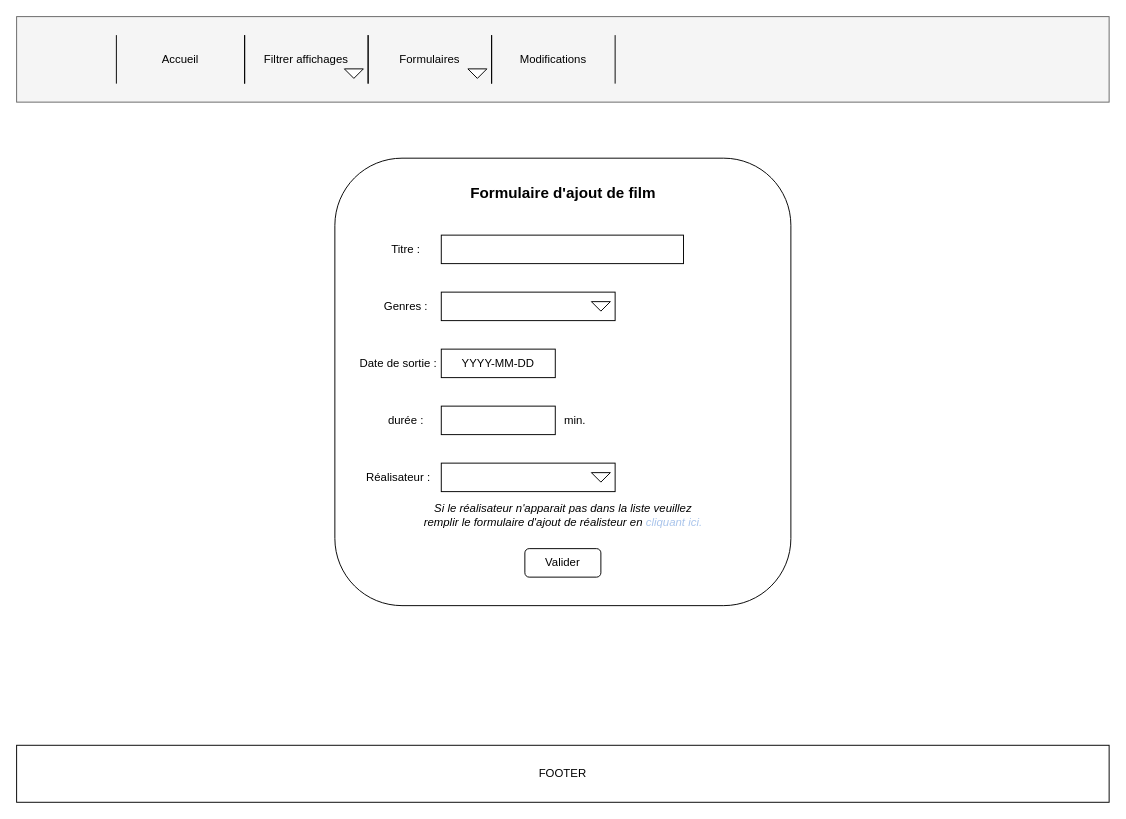
Earlier version of the draw.io diagram maquettes/maquette formulaire ajout film.drawio (JeanNoLimit/appli_cinema). Source tidied: cells renumbered, new cells numbered last; positions are measured from the earlier drawing's top-left corner, leaving out a move shared by most shapes. Both pictures are drawn from the tidied source at 95%, with x=0, y=0 at pixel (16, 16).
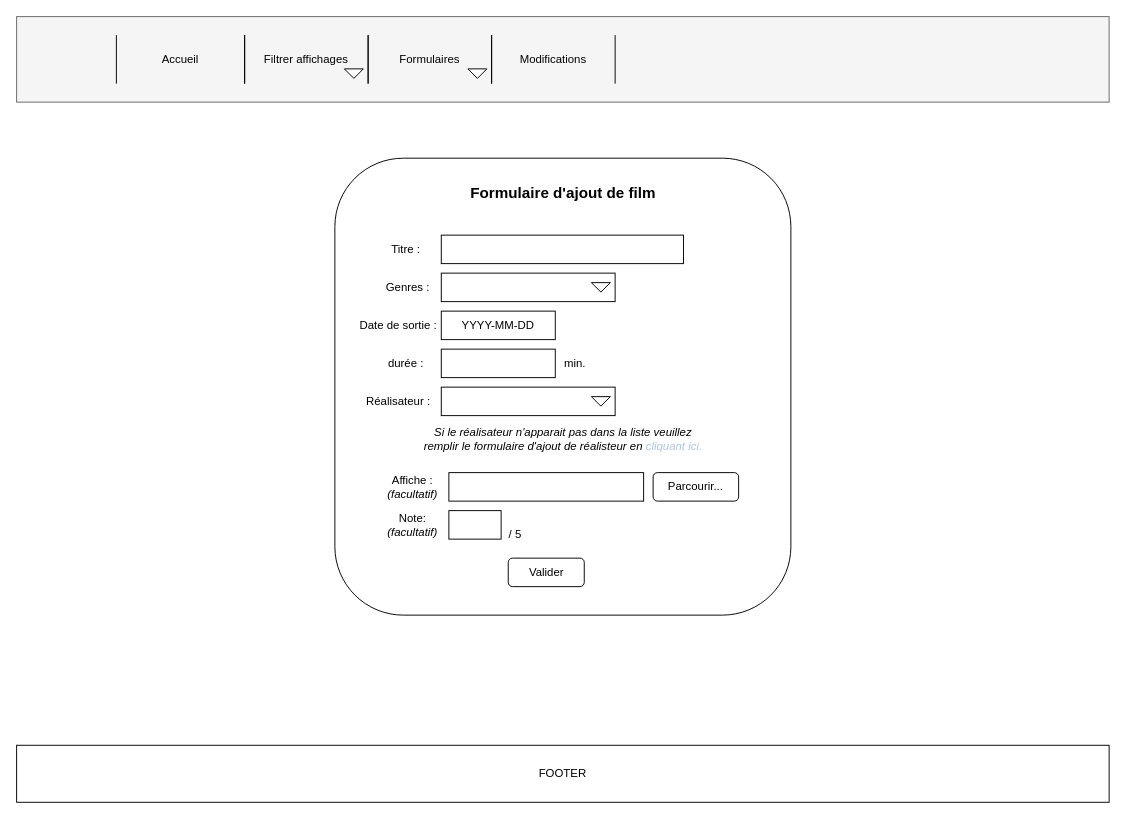
The same diagram, later.

Commit message:
Mettre à jour maquette formulaire ajout film.drawio

Change to the diagram source:
```diff
@@
     <mxCell id="10" style="rounded=1;whiteSpace=wrap;html=1;" parent="1" vertex="1">
-      <mxGeometry x="335" y="149" width="480" height="471" as="geometry" />
+      <mxGeometry x="335" y="149" width="480" height="481" as="geometry" />
     </mxCell>
@@
     <mxCell id="14" value="Genres :" style="text;html=1;strokeColor=none;fillColor=none;align=center;verticalAlign=middle;whiteSpace=wrap;rounded=0;" parent="1" vertex="1">
-      <mxGeometry x="380" y="290" width="60" height="30" as="geometry" />
+      <mxGeometry x="382" y="270" width="60" height="30" as="geometry" />
     </mxCell>
     <mxCell id="15" style="rounded=0;whiteSpace=wrap;html=1;" parent="1" vertex="1">
-      <mxGeometry x="447" y="290" width="183" height="30" as="geometry" />
+      <mxGeometry x="447" y="270" width="183" height="30" as="geometry" />
     </mxCell>
     <mxCell id="16" style="triangle;whiteSpace=wrap;html=1;rotation=90;" parent="1" vertex="1">
-      <mxGeometry x="610" y="295" width="10" height="20" as="geometry" />
+      <mxGeometry x="610" y="275" width="10" height="20" as="geometry" />
     </mxCell>
     <mxCell id="17" value="YYYY-MM-DD" style="rounded=0;whiteSpace=wrap;html=1;" parent="1" vertex="1">
-      <mxGeometry x="447" y="350" width="120" height="30" as="geometry" />
+      <mxGeometry x="447" y="310" width="120" height="30" as="geometry" />
     </mxCell>
     <mxCell id="18" value="Date de sortie :" style="text;html=1;strokeColor=none;fillColor=none;align=center;verticalAlign=middle;whiteSpace=wrap;rounded=0;" parent="1" vertex="1">
-      <mxGeometry x="357" y="350" width="90" height="30" as="geometry" />
+      <mxGeometry x="357" y="310" width="90" height="30" as="geometry" />
     </mxCell>
     <mxCell id="19" style="rounded=0;whiteSpace=wrap;html=1;" parent="1" vertex="1">
-      <mxGeometry x="447" y="410" width="120" height="30" as="geometry" />
+      <mxGeometry x="447" y="350" width="120" height="30" as="geometry" />
     </mxCell>
     <mxCell id="20" value="durée :" style="text;html=1;strokeColor=none;fillColor=none;align=center;verticalAlign=middle;whiteSpace=wrap;rounded=0;" parent="1" vertex="1">
-      <mxGeometry x="380" y="410" width="60" height="30" as="geometry" />
+      <mxGeometry x="380" y="350" width="60" height="30" as="geometry" />
     </mxCell>
     <mxCell id="21" value="min." style="text;html=1;strokeColor=none;fillColor=none;align=center;verticalAlign=middle;whiteSpace=wrap;rounded=0;" parent="1" vertex="1">
-      <mxGeometry x="574.5" y="410" width="25.5" height="30" as="geometry" />
+      <mxGeometry x="574.5" y="350" width="25.5" height="30" as="geometry" />
     </mxCell>
     <mxCell id="22" style="rounded=0;whiteSpace=wrap;html=1;" parent="1" vertex="1">
-      <mxGeometry x="447" y="470" width="183" height="30" as="geometry" />
+      <mxGeometry x="447" y="390" width="183" height="30" as="geometry" />
     </mxCell>
     <mxCell id="23" style="triangle;whiteSpace=wrap;html=1;rotation=90;" parent="1" vertex="1">
-      <mxGeometry x="610" y="475" width="10" height="20" as="geometry" />
+      <mxGeometry x="610" y="395" width="10" height="20" as="geometry" />
     </mxCell>
     <mxCell id="24" value="Réalisateur :" style="text;html=1;strokeColor=none;fillColor=none;align=center;verticalAlign=middle;whiteSpace=wrap;rounded=0;" parent="1" vertex="1">
-      <mxGeometry x="362" y="470" width="80" height="30" as="geometry" />
+      <mxGeometry x="362" y="390" width="80" height="30" as="geometry" />
     </mxCell>
     <mxCell id="25" value="Valider" style="rounded=1;whiteSpace=wrap;html=1;" parent="1" vertex="1">
-      <mxGeometry x="535" y="560" width="80" height="30" as="geometry" />
+      <mxGeometry x="517.5" y="570" width="80" height="30" as="geometry" />
     </mxCell>
     <mxCell id="26" value="&lt;i&gt;Si le réalisateur n'apparait pas dans la liste veuillez remplir le formulaire d'ajout de réalisteur en &lt;font color=&quot;#a9c4eb&quot;&gt;cliquant ici.&lt;/font&gt;&lt;/i&gt;" style="text;html=1;strokeColor=none;fillColor=none;align=center;verticalAlign=middle;whiteSpace=wrap;rounded=0;" parent="1" vertex="1">
-      <mxGeometry x="418.5" y="510" width="313" height="30" as="geometry" />
+      <mxGeometry x="418.5" y="430" width="313" height="30" as="geometry" />
     </mxCell>
+    <mxCell id="27" value="Affiche :&lt;br&gt;&lt;i&gt;(facultatif)&lt;/i&gt;" style="text;html=1;strokeColor=none;fillColor=none;align=center;verticalAlign=middle;whiteSpace=wrap;rounded=0;" parent="1" vertex="1">
+      <mxGeometry x="387" y="480" width="60" height="30" as="geometry" />
+    </mxCell>
+    <mxCell id="28" style="rounded=0;whiteSpace=wrap;html=1;" parent="1" vertex="1">
+      <mxGeometry x="455" y="480" width="205" height="30" as="geometry" />
+    </mxCell>
+    <mxCell id="29" value="Parcourir..." style="rounded=1;whiteSpace=wrap;html=1;imageWidth=21;imageAspect=1;rotation=0;" parent="1" vertex="1">
+      <mxGeometry x="670" y="480" width="90" height="30" as="geometry" />
+    </mxCell>
+    <mxCell id="30" value="Note:&lt;br&gt;&lt;i&gt;(facultatif)&lt;/i&gt;" style="text;html=1;strokeColor=none;fillColor=none;align=center;verticalAlign=middle;whiteSpace=wrap;rounded=0;" parent="1" vertex="1">
+      <mxGeometry x="387" y="520" width="60" height="30" as="geometry" />
+    </mxCell>
+    <mxCell id="31" style="rounded=0;whiteSpace=wrap;html=1;" parent="1" vertex="1">
+      <mxGeometry x="455" y="520" width="55" height="30" as="geometry" />
+    </mxCell>
+    <mxCell id="32" value="/ 5" style="text;html=1;strokeColor=none;fillColor=none;align=center;verticalAlign=middle;whiteSpace=wrap;rounded=0;" parent="1" vertex="1">
+      <mxGeometry x="510" y="530" width="30" height="30" as="geometry" />
+    </mxCell>
```
